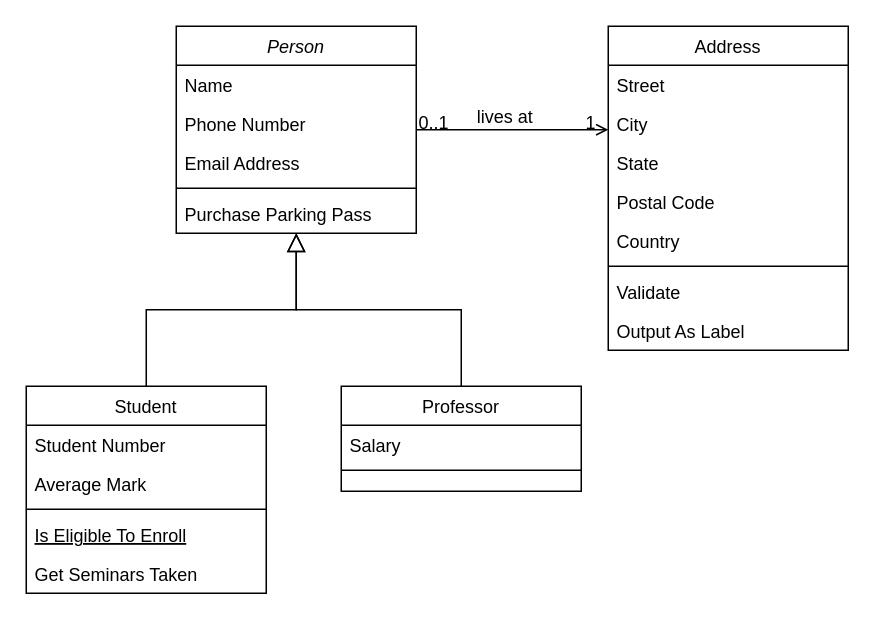
The draw.io diagram üniyönetim.drawio in throther/kodluyoruzilkrepo, before the edit. Source tidied: cells renumbered, new cells numbered last; positions are measured from the earlier drawing's top-left corner, leaving out a move shared by most shapes. Both pictures are drawn from the tidied source at 150%, with x=0, y=0 at pixel (26, 26).
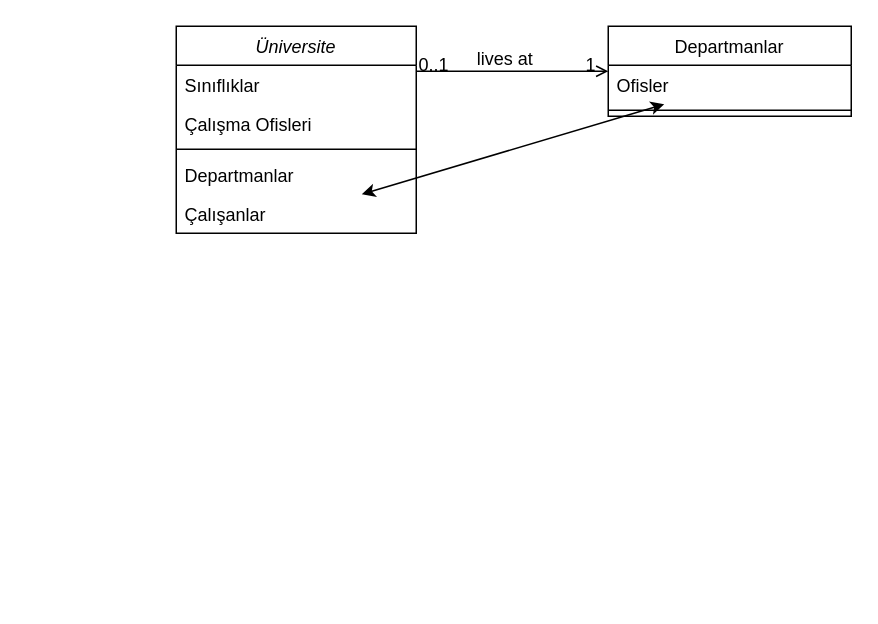
The same diagram, later.

Diff of the diagram source:
```diff
@@
-    <mxCell id="2" value="Person" style="swimlane;fontStyle=2;align=center;verticalAlign=top;horizontal=1;startSize=26;rounded=0;shadow=0;strokeWidth=1;" parent="1" vertex="1">
+    <mxCell id="2" value="Üniversite" style="swimlane;fontStyle=2;align=center;verticalAlign=top;horizontal=1;startSize=26;rounded=0;shadow=0;strokeWidth=1;" parent="1" vertex="1">
       <mxGeometry x="100" width="160" height="138" as="geometry" />
     </mxCell>
-    <mxCell id="3" value="Name" style="text;align=left;verticalAlign=top;spacingLeft=4;spacingRight=4;overflow=hidden;" parent="2" vertex="1">
+    <mxCell id="3" value="Sınıflıklar" style="text;align=left;verticalAlign=top;spacingLeft=4;spacingRight=4;overflow=hidden;" parent="2" vertex="1">
       <mxGeometry y="26" width="160" height="26" as="geometry" />
     </mxCell>
-    <mxCell id="4" value="Phone Number" style="text;align=left;verticalAlign=top;spacingLeft=4;spacingRight=4;overflow=hidden;rounded=0;shadow=0;html=0;" parent="2" vertex="1">
+    <mxCell id="4" value="Çalışma Ofisleri" style="text;align=left;verticalAlign=top;spacingLeft=4;spacingRight=4;overflow=hidden;rounded=0;shadow=0;html=0;" parent="2" vertex="1">
       <mxGeometry y="52" width="160" height="26" as="geometry" />
     </mxCell>
-    <mxCell id="5" value="Email Address" style="text;align=left;verticalAlign=top;spacingLeft=4;spacingRight=4;overflow=hidden;rounded=0;shadow=0;html=0;" parent="2" vertex="1">
-      <mxGeometry y="78" width="160" height="26" as="geometry" />
-    </mxCell>
     <mxCell id="6" style="line;html=1;strokeWidth=1;align=left;verticalAlign=middle;spacingTop=-1;spacingLeft=3;spacingRight=3;labelPosition=right;" parent="2" vertex="1">
-      <mxGeometry y="104" width="160" height="8" as="geometry" />
+      <mxGeometry y="78" width="160" height="8" as="geometry" />
     </mxCell>
-    <mxCell id="7" value="Purchase Parking Pass" style="text;align=left;verticalAlign=top;spacingLeft=4;spacingRight=4;overflow=hidden;" parent="2" vertex="1">
-      <mxGeometry y="112" width="160" height="26" as="geometry" />
-    </mxCell>
-    <mxCell id="8" value="Student" style="swimlane;fontStyle=0;align=center;verticalAlign=top;horizontal=1;startSize=26;rounded=0;shadow=0;strokeWidth=1;" parent="1" vertex="1">
-      <mxGeometry y="240" width="160" height="138" as="geometry" />
-    </mxCell>
-    <mxCell id="9" value="Student Number" style="text;align=left;verticalAlign=top;spacingLeft=4;spacingRight=4;overflow=hidden;" parent="8" vertex="1">
-      <mxGeometry y="26" width="160" height="26" as="geometry" />
-    </mxCell>
-    <mxCell id="10" value="Average Mark" style="text;align=left;verticalAlign=top;spacingLeft=4;spacingRight=4;overflow=hidden;rounded=0;shadow=0;html=0;" parent="8" vertex="1">
-      <mxGeometry y="52" width="160" height="26" as="geometry" />
-    </mxCell>
-    <mxCell id="11" style="line;html=1;strokeWidth=1;align=left;verticalAlign=middle;spacingTop=-1;spacingLeft=3;spacingRight=3;labelPosition=right;" parent="8" vertex="1">
-      <mxGeometry y="78" width="160" height="8" as="geometry" />
-    </mxCell>
-    <mxCell id="12" value="Is Eligible To Enroll" style="text;align=left;verticalAlign=top;spacingLeft=4;spacingRight=4;overflow=hidden;fontStyle=4;" parent="8" vertex="1">
-      <mxGeometry y="86" width="160" height="26" as="geometry" />
-    </mxCell>
-    <mxCell id="13" value="Get Seminars Taken" style="text;align=left;verticalAlign=top;spacingLeft=4;spacingRight=4;overflow=hidden;" parent="8" vertex="1">
-      <mxGeometry y="112" width="160" height="26" as="geometry" />
-    </mxCell>
-    <mxCell id="14" style="endArrow=block;endSize=10;endFill=0;shadow=0;strokeWidth=1;rounded=0;curved=0;edgeStyle=elbowEdgeStyle;elbow=vertical;" parent="1" edge="1" source="8" target="2">
-      <mxGeometry relative="1" as="geometry" />
-    </mxCell>
-    <mxCell id="15" value="Professor" style="swimlane;fontStyle=0;align=center;verticalAlign=top;horizontal=1;startSize=26;rounded=0;shadow=0;strokeWidth=1;" parent="1" vertex="1">
-      <mxGeometry x="210" y="240" width="160" height="70" as="geometry" />
-    </mxCell>
-    <mxCell id="16" value="Salary" style="text;align=left;verticalAlign=top;spacingLeft=4;spacingRight=4;overflow=hidden;" parent="15" vertex="1">
-      <mxGeometry y="26" width="160" height="26" as="geometry" />
-    </mxCell>
-    <mxCell id="17" style="line;html=1;strokeWidth=1;align=left;verticalAlign=middle;spacingTop=-1;spacingLeft=3;spacingRight=3;labelPosition=right;" parent="15" vertex="1">
-      <mxGeometry y="52" width="160" height="8" as="geometry" />
-    </mxCell>
-    <mxCell id="18" style="endArrow=block;endSize=10;endFill=0;shadow=0;strokeWidth=1;rounded=0;curved=0;edgeStyle=elbowEdgeStyle;elbow=vertical;" parent="1" edge="1" source="15" target="2">
-      <mxGeometry relative="1" as="geometry" />
-    </mxCell>
+    <mxCell id="32" value="Departmanlar" style="text;align=left;verticalAlign=top;spacingLeft=4;spacingRight=4;overflow=hidden;rounded=0;shadow=0;html=0;" parent="2" vertex="1">
+      <mxGeometry y="86" width="160" height="26" as="geometry" />
+    </mxCell>
+    <mxCell id="33" value="Çalışanlar" style="text;align=left;verticalAlign=top;spacingLeft=4;spacingRight=4;overflow=hidden;points=[[0,0.5],[1,0.5]];portConstraint=eastwest;rounded=0;shadow=0;html=0;" parent="2" vertex="1">
+      <mxGeometry y="112" width="160" height="26" as="geometry" />
+    </mxCell>
-    <mxCell id="19" value="Address" style="swimlane;fontStyle=0;align=center;verticalAlign=top;horizontal=1;startSize=26;rounded=0;shadow=0;strokeWidth=1;" parent="1" vertex="1">
-      <mxGeometry x="388" width="160" height="216" as="geometry" />
+    <mxCell id="19" value="Departmanlar" style="swimlane;fontStyle=0;align=center;verticalAlign=top;horizontal=1;startSize=26;rounded=0;shadow=0;strokeWidth=1;" parent="1" vertex="1">
+      <mxGeometry x="388" width="162" height="60" as="geometry" />
     </mxCell>
-    <mxCell id="20" value="Street" style="text;align=left;verticalAlign=top;spacingLeft=4;spacingRight=4;overflow=hidden;points=[[0,0.5],[1,0.5]];portConstraint=eastwest;" parent="19" vertex="1">
-      <mxGeometry y="26" width="160" height="26" as="geometry" />
+    <mxCell id="20" value="Ofisler" style="text;align=left;verticalAlign=top;spacingLeft=4;spacingRight=4;overflow=hidden;points=[[0,0.5],[1,0.5]];portConstraint=eastwest;" parent="19" vertex="1">
+      <mxGeometry y="26" width="162" height="26" as="geometry" />
     </mxCell>
-    <mxCell id="21" value="City" style="text;align=left;verticalAlign=top;spacingLeft=4;spacingRight=4;overflow=hidden;rounded=0;shadow=0;html=0;" parent="19" vertex="1">
-      <mxGeometry y="52" width="160" height="26" as="geometry" />
-    </mxCell>
-    <mxCell id="22" value="State" style="text;align=left;verticalAlign=top;spacingLeft=4;spacingRight=4;overflow=hidden;rounded=0;shadow=0;html=0;" parent="19" vertex="1">
-      <mxGeometry y="78" width="160" height="26" as="geometry" />
-    </mxCell>
-    <mxCell id="23" value="Postal Code" style="text;align=left;verticalAlign=top;spacingLeft=4;spacingRight=4;overflow=hidden;rounded=0;shadow=0;html=0;" parent="19" vertex="1">
-      <mxGeometry y="104" width="160" height="26" as="geometry" />
-    </mxCell>
-    <mxCell id="24" value="Country" style="text;align=left;verticalAlign=top;spacingLeft=4;spacingRight=4;overflow=hidden;rounded=0;shadow=0;html=0;" parent="19" vertex="1">
-      <mxGeometry y="130" width="160" height="26" as="geometry" />
-    </mxCell>
     <mxCell id="25" style="line;html=1;strokeWidth=1;align=left;verticalAlign=middle;spacingTop=-1;spacingLeft=3;spacingRight=3;labelPosition=right;" parent="19" vertex="1">
-      <mxGeometry y="156" width="160" height="8" as="geometry" />
+      <mxGeometry y="52" width="162" height="8" as="geometry" />
     </mxCell>
-    <mxCell id="26" value="Validate" style="text;align=left;verticalAlign=top;spacingLeft=4;spacingRight=4;overflow=hidden;" parent="19" vertex="1">
-      <mxGeometry y="164" width="160" height="26" as="geometry" />
-    </mxCell>
-    <mxCell id="27" value="Output As Label" style="text;align=left;verticalAlign=top;spacingLeft=4;spacingRight=4;overflow=hidden;" parent="19" vertex="1">
-      <mxGeometry y="190" width="160" height="26" as="geometry" />
-    </mxCell>
@@
+    <mxCell id="34" style="endArrow=classic;startArrow=classic;html=1;rounded=0;" parent="1" edge="1" source="20" target="33">
+      <mxGeometry relative="1" as="geometry" />
+    </mxCell>
```
